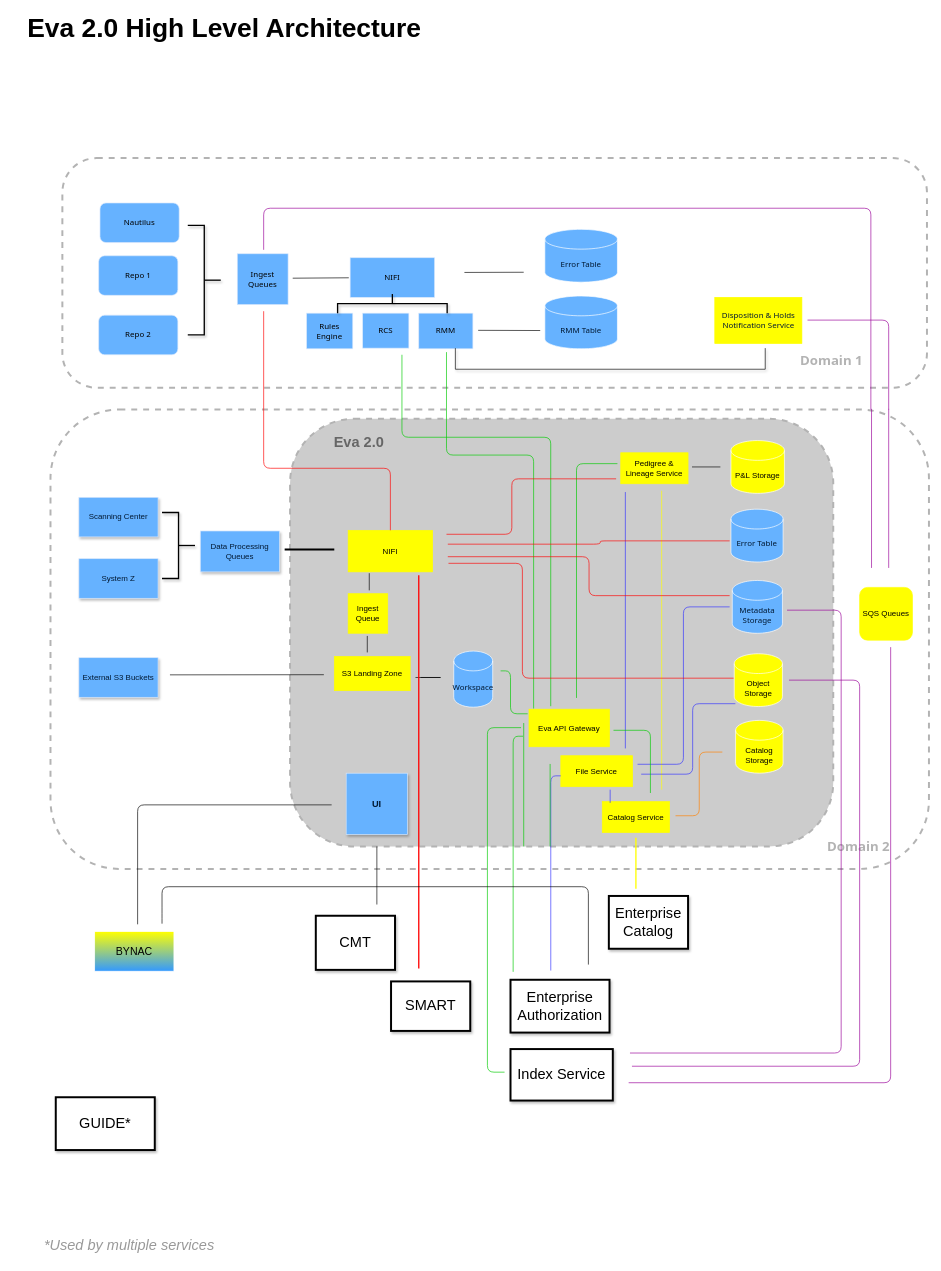
The draw.io diagram page "Eva 2.0 High Level" (1 of 5) of Drawings/MainArchitecture.drawio in flare891/rmslow, before the edit. Source tidied: cells renumbered, new cells numbered last; positions are measured from the earlier drawing's top-left corner, leaving out a move shared by most shapes. Both pictures are drawn from the tidied source at 66%, with x=0, y=0 at pixel (11, 20).
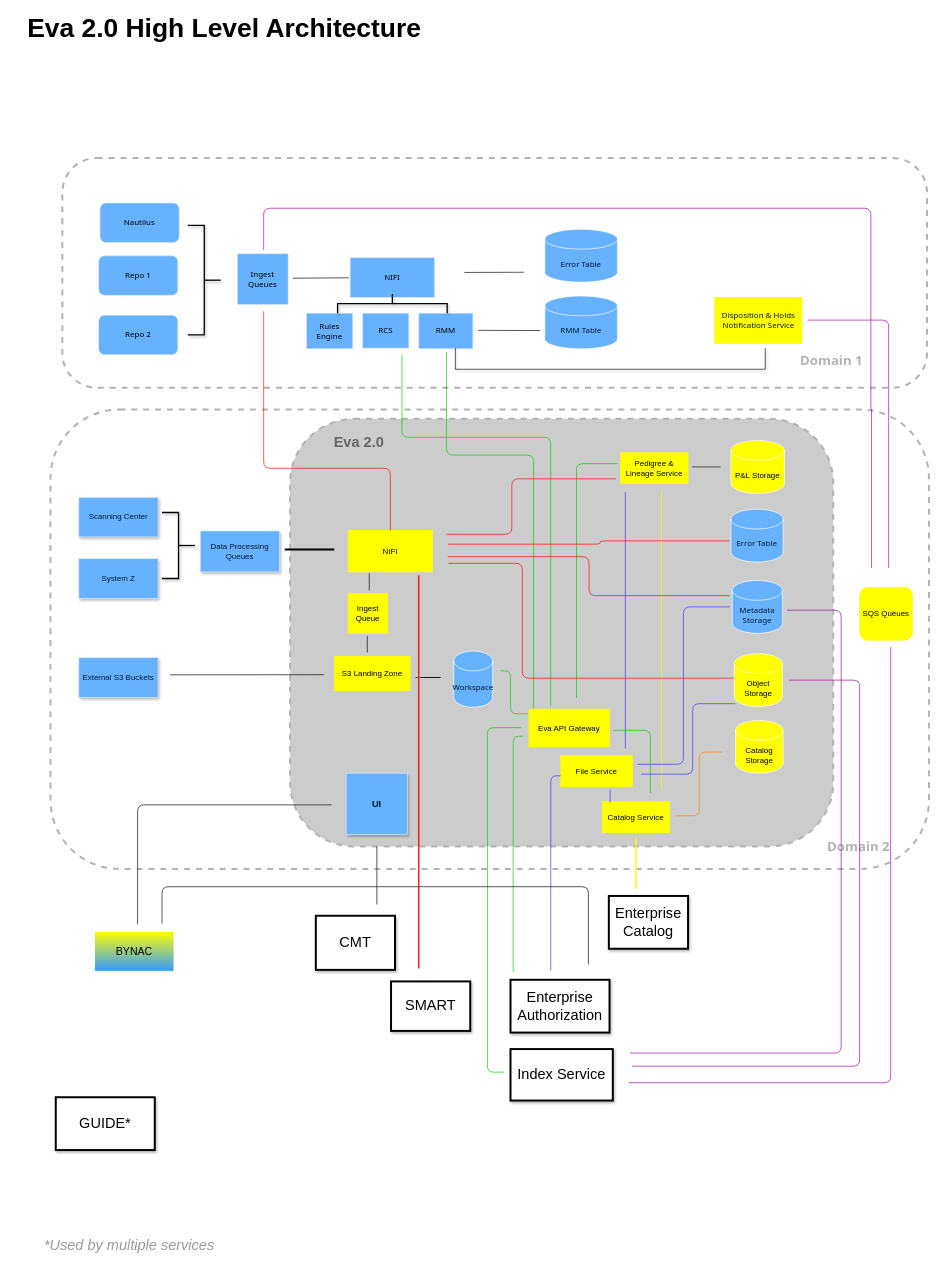
The same diagram, later.

The change refers to these unchanged cells:
```xml
<mxCell id="3" style="rounded=1;whiteSpace=wrap;html=1;fontFamily=Helvetica;fontSize=12;fontColor=#0000FF;strokeColor=#B3B3B3;dashed=1;strokeWidth=3;fillColor=#CCCCCC;" parent="1" vertex="1">
  <mxGeometry x="422" y="603" width="823" height="648" as="geometry" />
</mxCell>
```

The edit, as a diff of the source:
```diff
@@
-    <mxCell id="65" style="edgeStyle=segmentEdgeStyle;endArrow=none;html=1;strokeWidth=1;fontFamily=Helvetica;fontSize=22;endFill=0;fontColor=#00FF00;strokeColor=#00CC00;" parent="1" edge="1" source="3">
-      <mxGeometry relative="1" as="geometry">
-        <mxPoint x="776" y="1064" as="targetPoint" />
-        <Array as="points">
-          <mxPoint x="556" y="1064" />
-        </Array>
-      </mxGeometry>
-    </mxCell>
@@
-    <mxCell id="81" style="edgeStyle=elbowEdgeStyle;elbow=vertical;endArrow=none;html=1;strokeColor=#00CC00;strokeWidth=1;fontFamily=Helvetica;fontSize=14;fontColor=#00FF00;endFill=0;" parent="1" edge="1" target="3">
-      <mxGeometry relative="1" as="geometry">
-        <mxPoint x="816" y="1126" as="sourcePoint" />
-        <Array as="points">
-          <mxPoint x="758" y="684" />
-        </Array>
-      </mxGeometry>
-    </mxCell>
```
